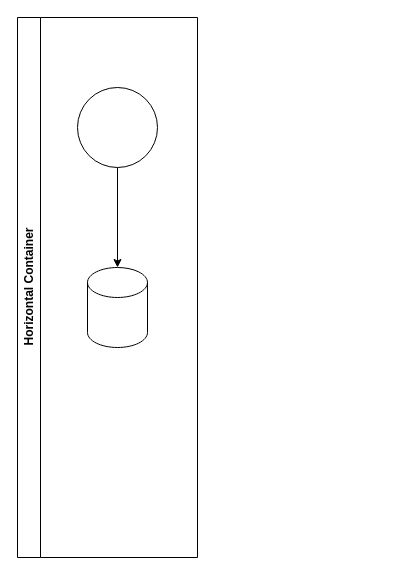
WJH9102/wjh9102.github.io keeps this draw.io diagram as test.drawio. Above is the earlier version. Source tidied: cells renumbered, new cells numbered last; positions are measured from the earlier drawing's top-left corner, leaving out a move shared by most shapes. Both pictures are drawn from the tidied source at 100%, with x=0, y=0 at pixel (17, 17).
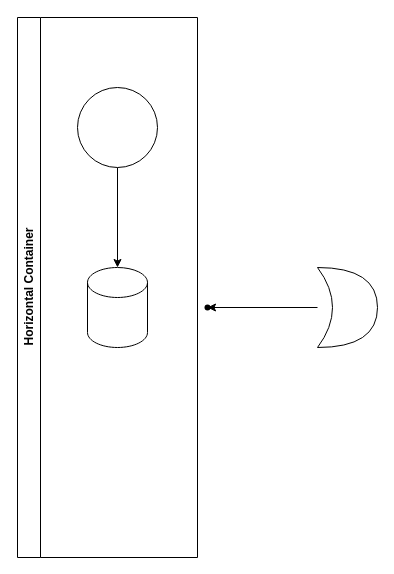
The same diagram, later.

What changed in the source:
```diff
@@
 <mxGraphModel>
   <root>
     <mxCell id="0" />
     <mxCell id="1" parent="0" />
     <mxCell id="2" style="edgeStyle=orthogonalEdgeStyle;rounded=0;jettySize=auto;html=1;" parent="1" edge="1" source="3" target="4">
       <mxGeometry relative="1" as="geometry" />
     </mxCell>
     <mxCell id="3" style="ellipse;whiteSpace=wrap;html=1;" parent="1" vertex="1">
       <mxGeometry x="60" y="70" width="80" height="80" as="geometry" />
     </mxCell>
     <mxCell id="4" style="shape=cylinder3;whiteSpace=wrap;html=1;boundedLbl=1;backgroundOutline=1;size=15;" parent="1" vertex="1">
       <mxGeometry x="70" y="250" width="60" height="80" as="geometry" />
     </mxCell>
     <mxCell id="5" value="Horizontal Container" style="swimlane;horizontal=0;whiteSpace=wrap;html=1;" parent="1" vertex="1">
       <mxGeometry width="180" height="540" as="geometry" />
     </mxCell>
+    <mxCell id="6" style="edgeStyle=orthogonalEdgeStyle;rounded=0;jettySize=auto;html=1;" parent="1" edge="1" source="7" target="8">
+      <mxGeometry relative="1" as="geometry" />
+    </mxCell>
+    <mxCell id="7" style="shape=xor;whiteSpace=wrap;html=1;" parent="1" vertex="1">
+      <mxGeometry x="300" y="250" width="60" height="80" as="geometry" />
+    </mxCell>
+    <mxCell id="8" style="shape=waypoint;sketch=0;size=6;points=[];fillColor=default;perimeter=centerPerimeter;snapToPoint=1;" parent="1" vertex="1">
+      <mxGeometry x="180" y="280" width="20" height="20" as="geometry" />
+    </mxCell>
   </root>
 </mxGraphModel>
```
